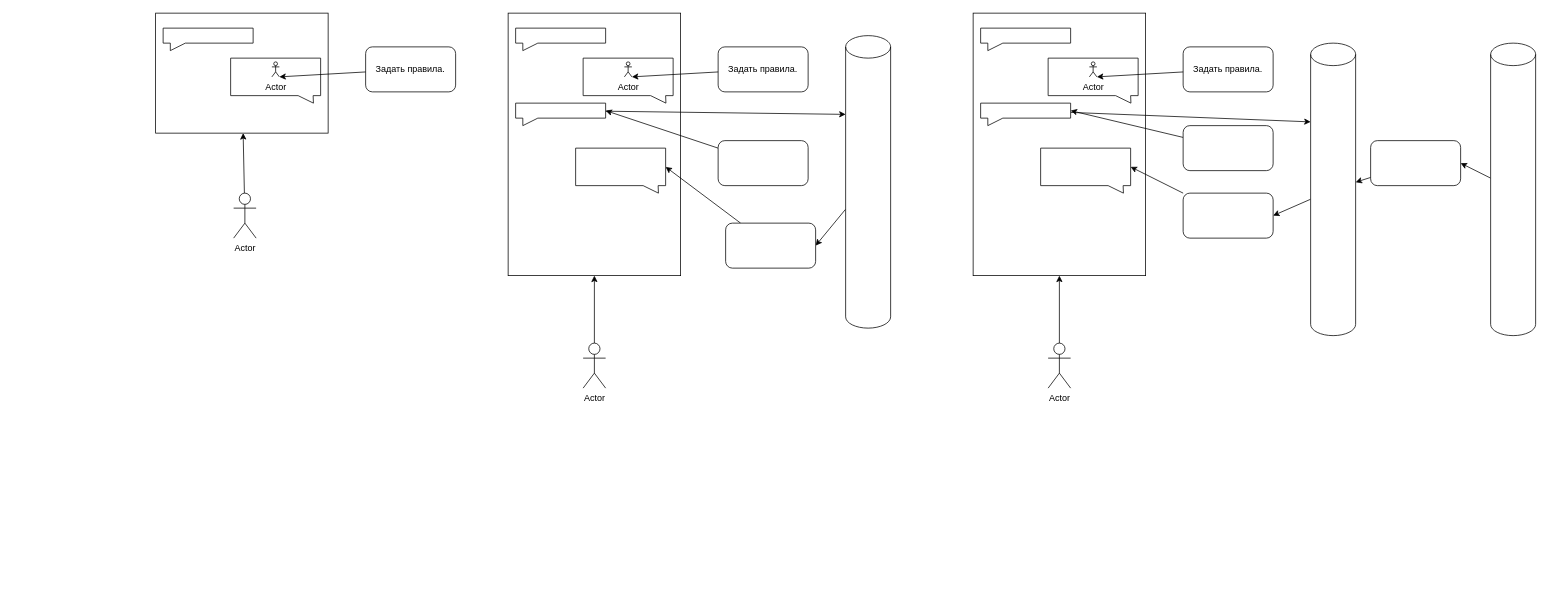
Troksi/Development-of-a-digital-twin-using-artificial-intelligence-methods keeps this draw.io diagram as plan.drawio. Above is the earlier version. Source tidied: cells renumbered, new cells numbered last; positions are measured from the earlier drawing's top-left corner, leaving out a move shared by most shapes. Both pictures are drawn from the tidied source at 75%, with x=0, y=0 at pixel (155, 13).
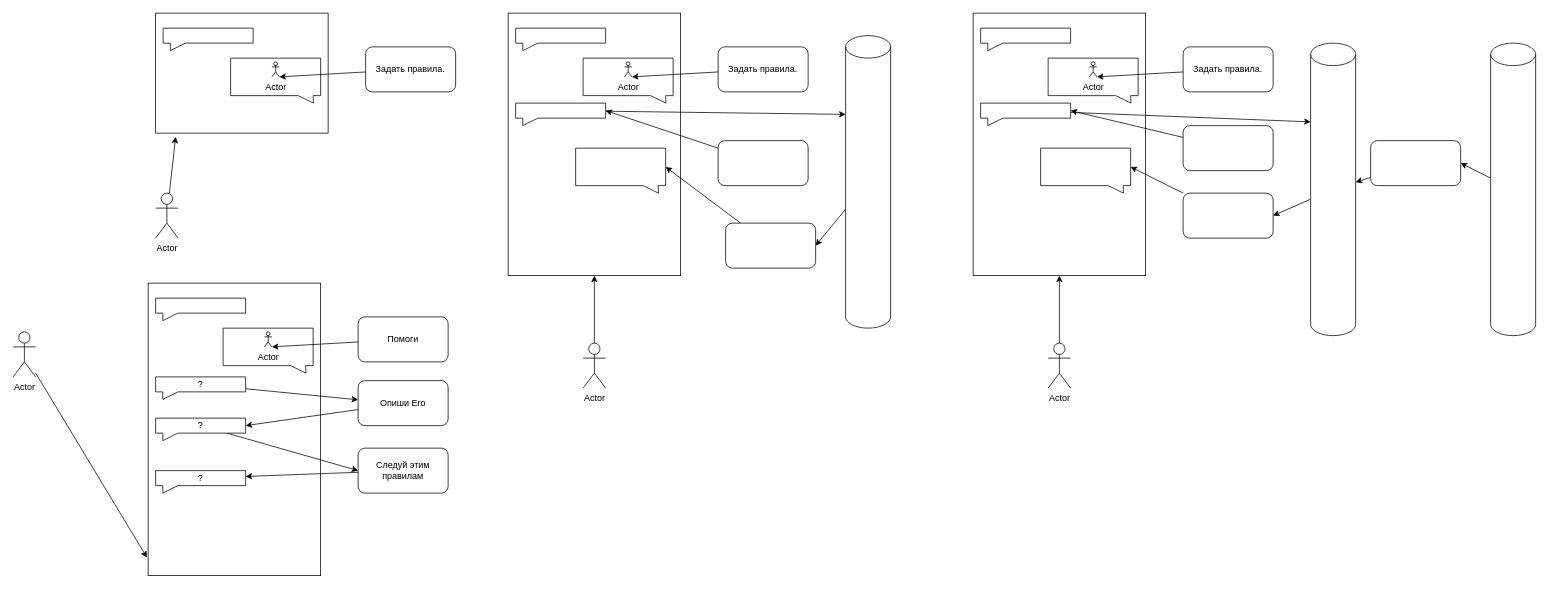
The same page after the edit.

Unchanged cells that the change refers to:
```xml
<mxCell id="5" style="rounded=0;whiteSpace=wrap;html=1;" parent="1" vertex="1">
  <mxGeometry width="230" height="160" as="geometry" />
</mxCell>
```

Diff of the diagram source:
```diff
@@
-    <mxCell id="2" style="edgeStyle=none;html=1;" parent="1" edge="1" source="3" target="5">
+    <mxCell id="2" style="edgeStyle=none;html=1;entryX=0.116;entryY=1.031;entryDx=0;entryDy=0;entryPerimeter=0;" parent="1" edge="1" source="3" target="5">
       <mxGeometry relative="1" as="geometry" />
     </mxCell>
     <mxCell id="3" value="Actor" style="shape=umlActor;verticalLabelPosition=bottom;verticalAlign=top;html=1;outlineConnect=0;" parent="1" vertex="1">
-      <mxGeometry x="104" y="240" width="30" height="60" as="geometry" />
+      <mxGeometry y="240" width="30" height="60" as="geometry" />
     </mxCell>
@@
+    <mxCell id="48" style="edgeStyle=none;html=1;entryX=-0.007;entryY=0.938;entryDx=0;entryDy=0;entryPerimeter=0;" parent="1" edge="1" source="49" target="51">
+      <mxGeometry relative="1" as="geometry" />
+    </mxCell>
+    <mxCell id="49" value="Actor" style="shape=umlActor;verticalLabelPosition=bottom;verticalAlign=top;html=1;outlineConnect=0;" parent="1" vertex="1">
+      <mxGeometry x="-190" y="425" width="30" height="60" as="geometry" />
+    </mxCell>
+    <mxCell id="50" value="Помоги" style="rounded=1;whiteSpace=wrap;html=1;" parent="1" vertex="1">
+      <mxGeometry x="270" y="405" width="120" height="60" as="geometry" />
+    </mxCell>
+    <mxCell id="51" style="rounded=0;whiteSpace=wrap;html=1;" parent="1" vertex="1">
+      <mxGeometry x="-10" y="360" width="230" height="390" as="geometry" />
+    </mxCell>
+    <mxCell id="52" style="shape=callout;whiteSpace=wrap;html=1;perimeter=calloutPerimeter;position2=0.08;size=10;position=0.08;base=20;" parent="1" vertex="1">
+      <mxGeometry y="380" width="120" height="30" as="geometry" />
+    </mxCell>
+    <mxCell id="53" style="shape=callout;whiteSpace=wrap;html=1;perimeter=calloutPerimeter;position2=0.92;size=10;position=0.75;base=20;" parent="1" vertex="1">
+      <mxGeometry x="90" y="420" width="120" height="60" as="geometry" />
+    </mxCell>
+    <mxCell id="54" value="Actor" style="shape=umlActor;verticalLabelPosition=bottom;verticalAlign=top;html=1;outlineConnect=0;" parent="1" vertex="1">
+      <mxGeometry x="145" y="425" width="10" height="20" as="geometry" />
+    </mxCell>
+    <mxCell id="55" style="edgeStyle=none;html=1;entryX=1;entryY=1;entryDx=0;entryDy=0;entryPerimeter=0;" parent="1" edge="1" source="50" target="54">
+      <mxGeometry relative="1" as="geometry" />
+    </mxCell>
+    <mxCell id="56" style="edgeStyle=none;html=1;" parent="1" edge="1" source="57" target="59">
+      <mxGeometry relative="1" as="geometry" />
+    </mxCell>
+    <mxCell id="57" value="?" style="shape=callout;whiteSpace=wrap;html=1;perimeter=calloutPerimeter;position2=0.08;size=10;position=0.08;base=20;" parent="1" vertex="1">
+      <mxGeometry y="485" width="120" height="30" as="geometry" />
+    </mxCell>
+    <mxCell id="58" style="edgeStyle=none;html=1;entryX=0;entryY=0;entryDx=120;entryDy=10;entryPerimeter=0;" parent="1" edge="1" source="59" target="61">
+      <mxGeometry relative="1" as="geometry" />
+    </mxCell>
+    <mxCell id="59" value="Опиши Его" style="rounded=1;whiteSpace=wrap;html=1;" parent="1" vertex="1">
+      <mxGeometry x="270" y="490" width="120" height="60" as="geometry" />
+    </mxCell>
+    <mxCell id="60" style="edgeStyle=none;html=1;entryX=0;entryY=0.5;entryDx=0;entryDy=0;" parent="1" edge="1" source="61" target="63">
+      <mxGeometry relative="1" as="geometry" />
+    </mxCell>
+    <mxCell id="61" value="?" style="shape=callout;whiteSpace=wrap;html=1;perimeter=calloutPerimeter;position2=0.08;size=10;position=0.08;base=20;" parent="1" vertex="1">
+      <mxGeometry y="540" width="120" height="30" as="geometry" />
+    </mxCell>
+    <mxCell id="62" style="edgeStyle=none;html=1;" parent="1" edge="1" source="63" target="64">
+      <mxGeometry relative="1" as="geometry" />
+    </mxCell>
+    <mxCell id="63" value="Следуй этим правилам" style="rounded=1;whiteSpace=wrap;html=1;" parent="1" vertex="1">
+      <mxGeometry x="270" y="580" width="120" height="60" as="geometry" />
+    </mxCell>
+    <mxCell id="64" value="?" style="shape=callout;whiteSpace=wrap;html=1;perimeter=calloutPerimeter;position2=0.08;size=10;position=0.08;base=20;" parent="1" vertex="1">
+      <mxGeometry y="610" width="120" height="30" as="geometry" />
+    </mxCell>
```
